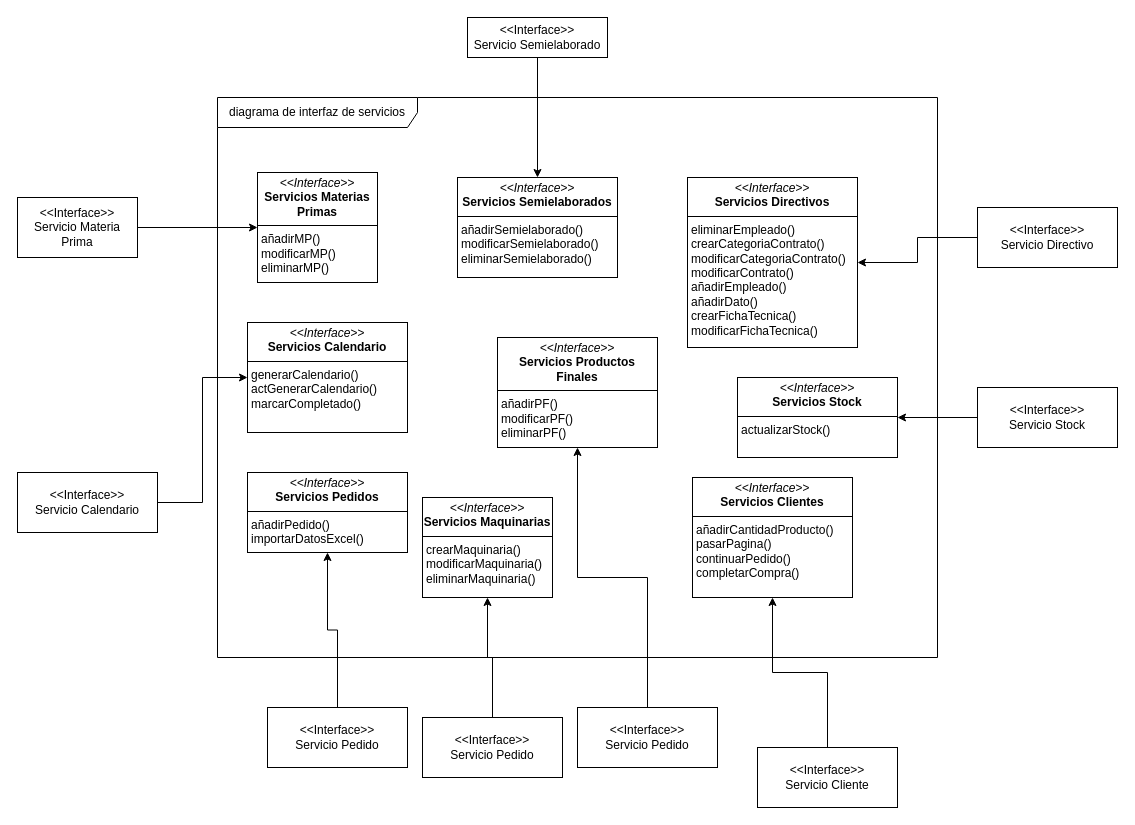
Before: assets/Diagrama interfaz de usuario/Diagrama interfaz de servicios.drawio in gis-ir/IR-02-11, a draw.io diagram. Source tidied: cells renumbered, new cells numbered last; positions are measured from the earlier drawing's top-left corner, leaving out a move shared by most shapes. Both pictures are drawn from the tidied source at 100%, with x=0, y=0 at pixel (17, 17).
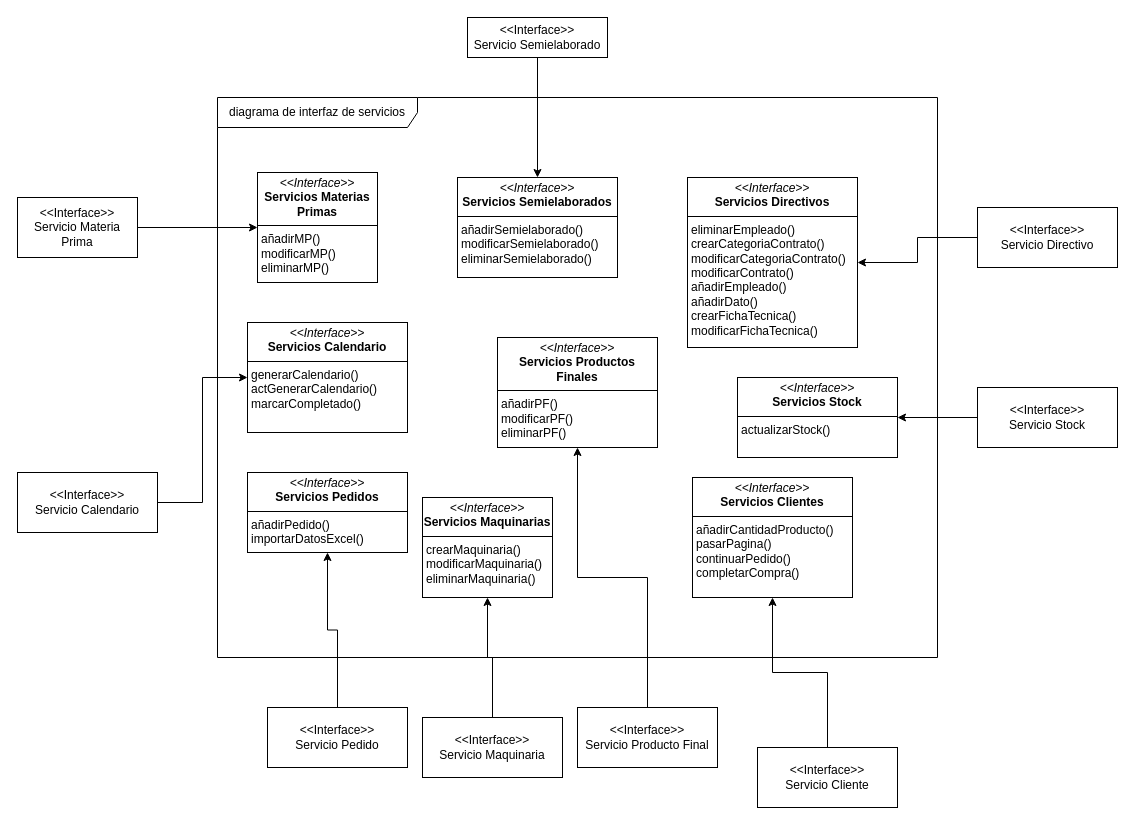
The same diagram, later.

Commit message (it also covers changes not shown here):
diagrama de interfaz de servicio 2

What changed in the source:
```diff
@@
-    <mxCell id="25" value="&amp;lt;&amp;lt;Interface&amp;gt;&amp;gt;&lt;div&gt;Servicio Pedido&lt;/div&gt;" style="html=1;whiteSpace=wrap;" parent="1" vertex="1">
+    <mxCell id="25" value="&amp;lt;&amp;lt;Interface&amp;gt;&amp;gt;&lt;div&gt;Servicio Maquinaria&lt;/div&gt;" style="html=1;whiteSpace=wrap;" parent="1" vertex="1">
       <mxGeometry x="405" y="700" width="140" height="60" as="geometry" />
     </mxCell>
@@
-    <mxCell id="27" value="&amp;lt;&amp;lt;Interface&amp;gt;&amp;gt;&lt;div&gt;Servicio Pedido&lt;/div&gt;" style="html=1;whiteSpace=wrap;" parent="1" vertex="1">
+    <mxCell id="27" value="&amp;lt;&amp;lt;Interface&amp;gt;&amp;gt;&lt;div&gt;Servicio Producto Final&lt;/div&gt;" style="html=1;whiteSpace=wrap;" parent="1" vertex="1">
       <mxGeometry x="560" y="690" width="140" height="60" as="geometry" />
     </mxCell>
```
